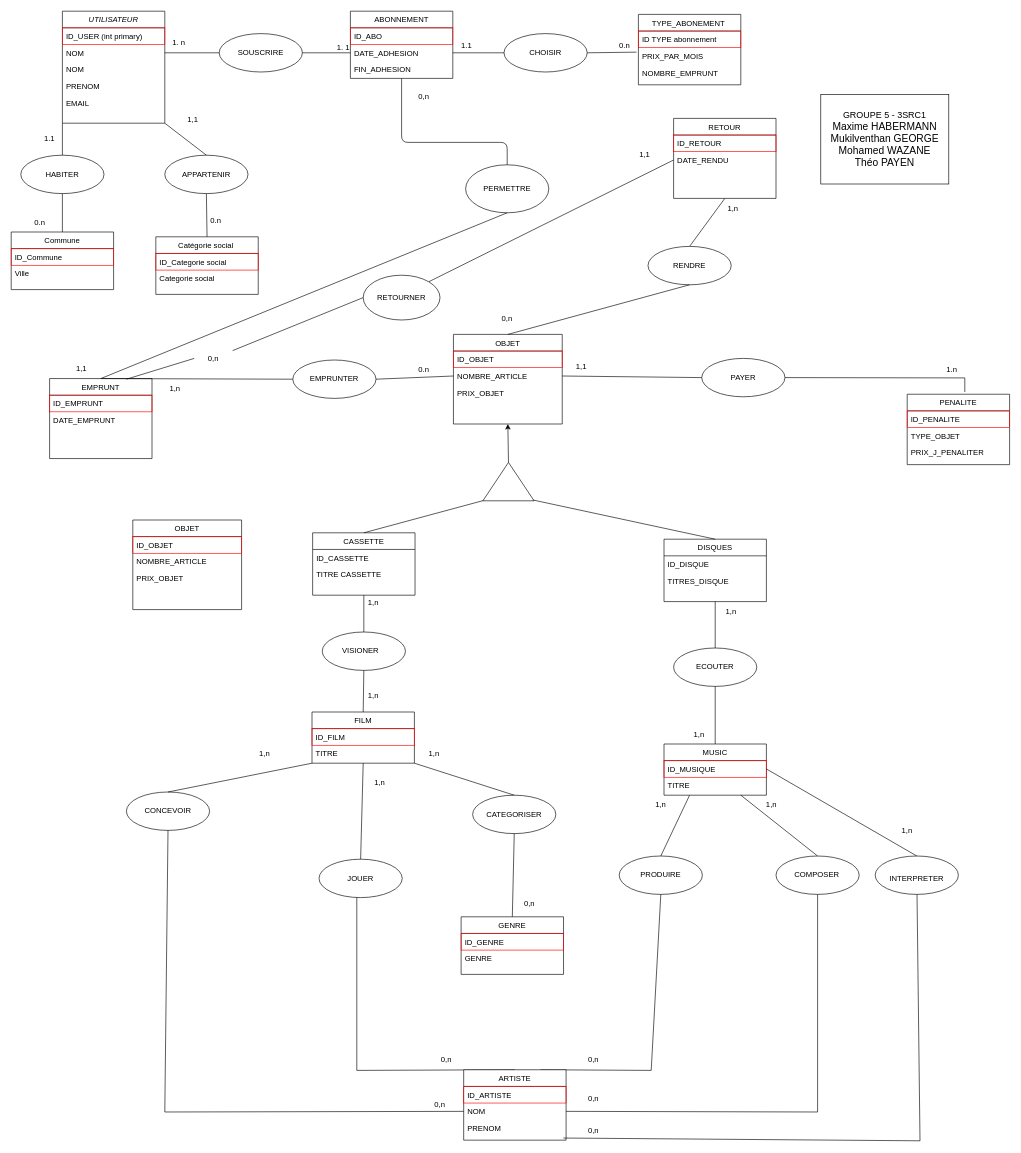
Earlier version of the draw.io diagram page "MCD (validé)" (1 of 4) of Proje BDD-2-2.drawio (GMukilventhan/Projet-BDD-SRC-21-22). Source tidied: cells renumbered, new cells numbered last; positions are measured from the earlier drawing's top-left corner, leaving out a move shared by most shapes. Both pictures are drawn from the tidied source at 64%, with x=0, y=0 at pixel (11, 11).
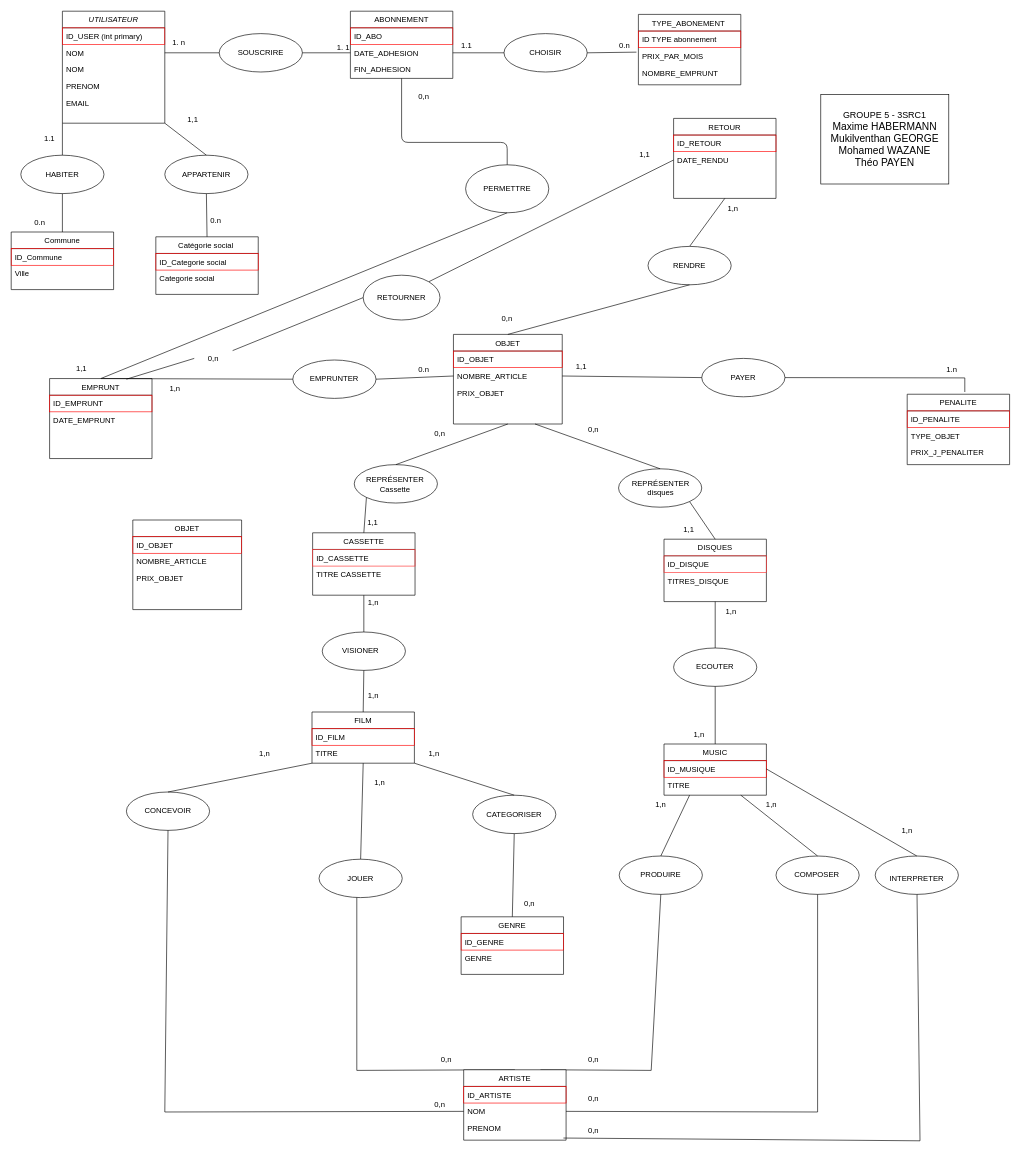
The same diagram, later.

The change refers to these unchanged cells:
```xml
<mxCell id="16" value="OBJET" style="swimlane;fontStyle=0;align=center;verticalAlign=top;horizontal=1;startSize=26;rounded=0;shadow=0;strokeWidth=1;" parent="1" vertex="1">
  <mxGeometry x="691" y="505" width="170" height="140" as="geometry" />
</mxCell>
<mxCell id="102" value="CASSETTE" style="swimlane;fontStyle=0;align=center;verticalAlign=top;horizontal=1;startSize=26;rounded=0;shadow=0;strokeWidth=1;" parent="1" vertex="1">
  <mxGeometry x="471" y="815" width="160" height="97.5" as="geometry" />
</mxCell>
<mxCell id="105" value="DISQUES" style="swimlane;fontStyle=0;align=center;verticalAlign=top;horizontal=1;startSize=26;rounded=0;shadow=0;strokeWidth=1;" parent="1" vertex="1">
  <mxGeometry x="1020" y="825" width="160" height="97.5" as="geometry" />
</mxCell>
```

Change to the diagram source:
```diff
@@
-    <mxCell id="103" value="ID_CASSETTE" style="text;align=left;verticalAlign=top;spacingLeft=4;spacingRight=4;overflow=hidden;strokeColor=none;" parent="102" vertex="1">
+    <mxCell id="103" value="ID_CASSETTE" style="text;align=left;verticalAlign=top;spacingLeft=4;spacingRight=4;overflow=hidden;strokeColor=#FF3333;" parent="102" vertex="1">
       <mxGeometry y="26" width="160" height="26" as="geometry" />
     </mxCell>
@@
-    <mxCell id="106" value="ID_DISQUE" style="text;align=left;verticalAlign=top;spacingLeft=4;spacingRight=4;overflow=hidden;strokeColor=none;" parent="105" vertex="1">
+    <mxCell id="106" value="ID_DISQUE" style="text;align=left;verticalAlign=top;spacingLeft=4;spacingRight=4;overflow=hidden;strokeColor=#FF3333;" parent="105" vertex="1">
       <mxGeometry y="26" width="160" height="26" as="geometry" />
     </mxCell>
@@
-    <mxCell id="109" style="endArrow=none;html=1;rounded=0;entryX=0.5;entryY=0;entryDx=0;entryDy=0;exitX=0.008;exitY=0.013;exitDx=0;exitDy=0;exitPerimeter=0;" parent="1" edge="1" source="138" target="102">
-      <mxGeometry relative="1" as="geometry" />
-    </mxCell>
-    <mxCell id="110" style="endArrow=none;html=1;rounded=0;exitX=0.5;exitY=0;exitDx=0;exitDy=0;entryX=0.033;entryY=0.936;entryDx=0;entryDy=0;entryPerimeter=0;" parent="1" edge="1" source="105" target="138">
-      <mxGeometry relative="1" as="geometry" />
-    </mxCell>
-    <mxCell id="111" style="endArrow=classic;html=1;exitX=1;exitY=0.5;exitDx=0;exitDy=0;entryX=0.5;entryY=1;entryDx=0;entryDy=0;startArrow=none;" parent="1" edge="1" source="138" target="16">
-      <mxGeometry relative="1" as="geometry" />
-    </mxCell>
@@
-    <mxCell id="138" style="triangle;whiteSpace=wrap;html=1;rotation=-90;" parent="1" vertex="1">
-      <mxGeometry x="747" y="695" width="60" height="80" as="geometry" />
-    </mxCell>
@@
+    <mxCell id="166" style="ellipse;whiteSpace=wrap;html=1;" parent="1" vertex="1">
+      <mxGeometry x="536" y="708.5" width="130" height="60" as="geometry" />
+    </mxCell>
+    <mxCell id="167" style="ellipse;whiteSpace=wrap;html=1;" parent="1" vertex="1">
+      <mxGeometry x="949" y="715" width="130" height="60" as="geometry" />
+    </mxCell>
+    <mxCell id="168" style="endArrow=none;html=1;entryX=0;entryY=1;entryDx=0;entryDy=0;exitX=0.5;exitY=0;exitDx=0;exitDy=0;" parent="1" edge="1" source="102" target="166">
+      <mxGeometry relative="1" as="geometry" />
+    </mxCell>
+    <mxCell id="169" style="endArrow=none;html=1;entryX=1;entryY=1;entryDx=0;entryDy=0;exitX=0.5;exitY=0;exitDx=0;exitDy=0;" parent="1" edge="1" source="105" target="167">
+      <mxGeometry relative="1" as="geometry" />
+    </mxCell>
+    <mxCell id="170" style="endArrow=none;html=1;entryX=0.5;entryY=1;entryDx=0;entryDy=0;exitX=0.5;exitY=0;exitDx=0;exitDy=0;" parent="1" edge="1" source="166" target="16">
+      <mxGeometry relative="1" as="geometry" />
+    </mxCell>
+    <mxCell id="171" style="endArrow=none;html=1;entryX=0.75;entryY=1;entryDx=0;entryDy=0;" parent="1" edge="1" target="16">
+      <mxGeometry relative="1" as="geometry">
+        <mxPoint x="1014" y="715" as="sourcePoint" />
+      </mxGeometry>
+    </mxCell>
+    <mxCell id="172" value="REPRÉSENTER&lt;br&gt;Cassette" style="text;html=1;strokeColor=none;fillColor=none;align=center;verticalAlign=middle;whiteSpace=wrap;rounded=0;" parent="1" vertex="1">
+      <mxGeometry x="560" y="723.5" width="80" height="30" as="geometry" />
+    </mxCell>
+    <mxCell id="173" value="REPRÉSENTER&lt;br&gt;disques" style="text;html=1;strokeColor=none;fillColor=none;align=center;verticalAlign=middle;whiteSpace=wrap;rounded=0;" parent="1" vertex="1">
+      <mxGeometry x="975" y="730" width="80" height="30" as="geometry" />
+    </mxCell>
+    <mxCell id="174" value="0,n" style="text;html=1;strokeColor=none;fillColor=none;align=center;verticalAlign=middle;whiteSpace=wrap;rounded=0;" parent="1" vertex="1">
+      <mxGeometry x="640" y="645" width="60" height="30" as="geometry" />
+    </mxCell>
+    <mxCell id="175" value="0,n" style="text;html=1;strokeColor=none;fillColor=none;align=center;verticalAlign=middle;whiteSpace=wrap;rounded=0;" parent="1" vertex="1">
+      <mxGeometry x="880" y="638.5" width="60" height="30" as="geometry" />
+    </mxCell>
+    <mxCell id="176" value="1,1" style="text;html=1;strokeColor=none;fillColor=none;align=center;verticalAlign=middle;whiteSpace=wrap;rounded=0;" parent="1" vertex="1">
+      <mxGeometry x="1029" y="795" width="60" height="30" as="geometry" />
+    </mxCell>
+    <mxCell id="177" value="1,1" style="text;html=1;strokeColor=none;fillColor=none;align=center;verticalAlign=middle;whiteSpace=wrap;rounded=0;" parent="1" vertex="1">
+      <mxGeometry x="535" y="785" width="60" height="30" as="geometry" />
+    </mxCell>
```
